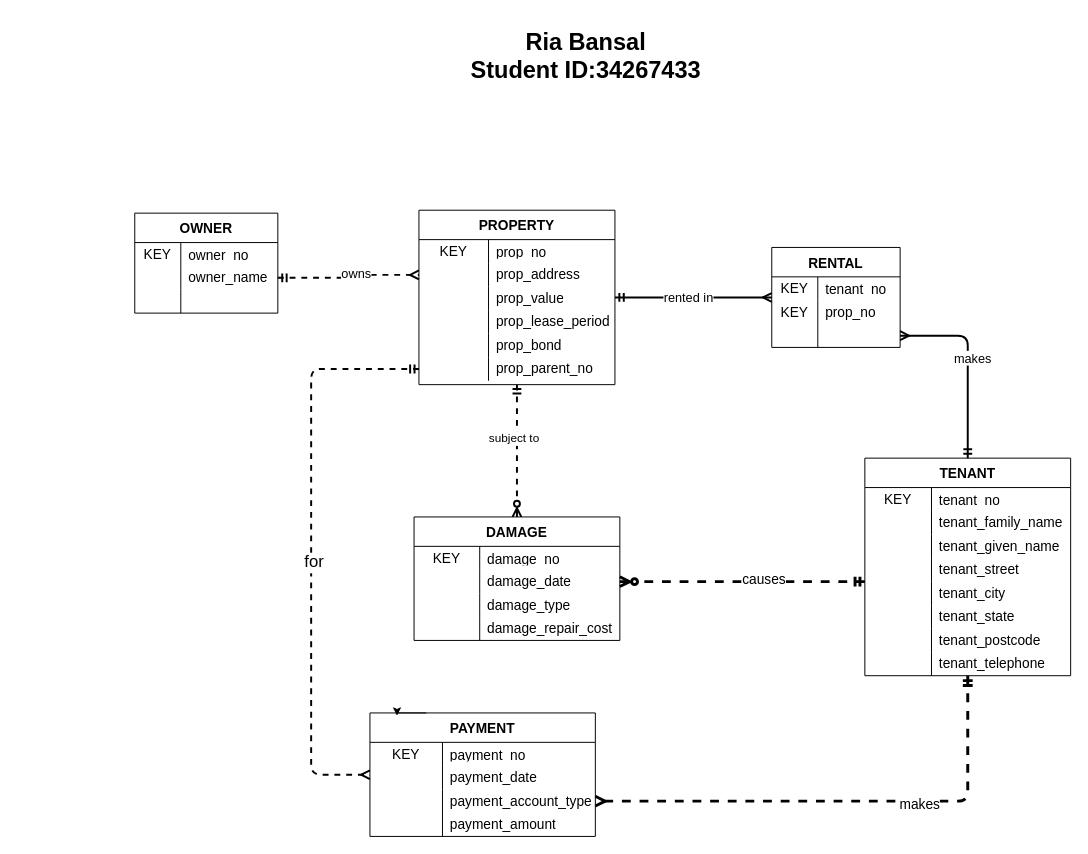
Before: Applied/App02/prs_conceptual.drawio in riabansal27/databases-project, a draw.io diagram. Source tidied: cells renumbered, new cells numbered last; positions are measured from the earlier drawing's top-left corner, leaving out a move shared by most shapes. Both pictures are drawn from the tidied source at 98%, with x=0, y=0 at pixel (134, 17).
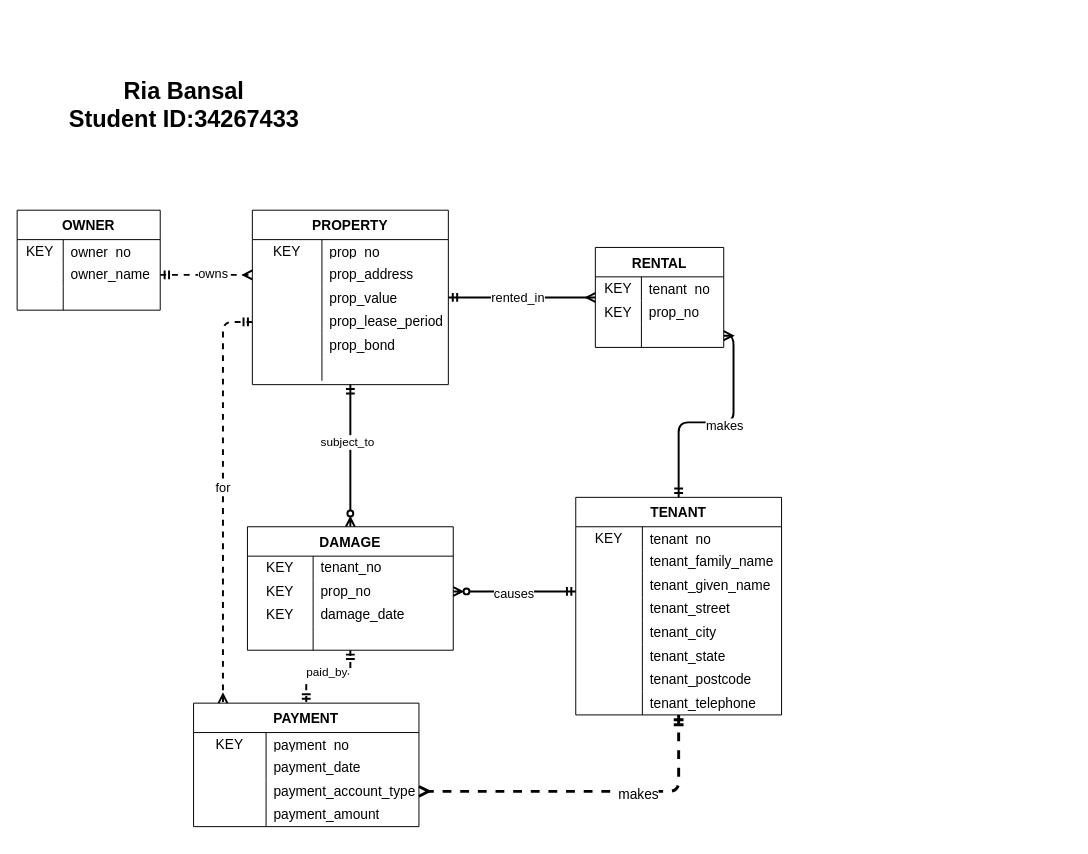
The same page after the edit.

The change refers to these unchanged cells:
```xml
<mxCell id="25" style="endArrow=ERmany;endFill=0;startArrow=ERmandOne;startFill=0;dashed=0;edgeStyle=orthogonalEdgeStyle;strokeWidth=2;" parent="1" edge="1" source="29" target="48">
  <mxGeometry relative="1" as="geometry" />
</mxCell>
<mxCell id="39" style="shape=tableRow;horizontal=0;startSize=0;swimlaneHead=0;swimlaneBody=0;top=0;left=0;bottom=0;right=0;fillColor=none;points=[[0,0.5],[1,0.5]];portConstraint=eastwest;strokeColor=inherit;fontSize=16;" parent="29" vertex="1">
  <mxGeometry y="102" width="200" height="24" as="geometry" />
</mxCell>
<mxCell id="45" style="shape=tableRow;horizontal=0;startSize=0;swimlaneHead=0;swimlaneBody=0;top=0;left=0;bottom=0;right=0;fillColor=none;points=[[0,0.5],[1,0.5]];portConstraint=eastwest;strokeColor=inherit;fontSize=16;" parent="29" vertex="1">
  <mxGeometry y="150" width="200" height="24" as="geometry" />
</mxCell>
<mxCell id="65" style="shape=tableRow;horizontal=0;startSize=0;swimlaneHead=0;swimlaneBody=0;top=0;left=0;bottom=0;right=0;fillColor=none;points=[[0,0.5],[1,0.5]];portConstraint=eastwest;strokeColor=inherit;fontSize=16;" parent="58" vertex="1">
  <mxGeometry y="78" width="210" height="24" as="geometry" />
</mxCell>
<mxCell id="68" style="shape=tableRow;horizontal=0;startSize=0;swimlaneHead=0;swimlaneBody=0;top=0;left=0;bottom=0;right=0;fillColor=none;points=[[0,0.5],[1,0.5]];portConstraint=eastwest;strokeColor=inherit;fontSize=16;" parent="58" vertex="1">
  <mxGeometry y="102" width="210" height="24" as="geometry" />
</mxCell>
<mxCell id="84" style="shape=tableRow;horizontal=0;startSize=0;swimlaneHead=0;swimlaneBody=0;top=0;left=0;bottom=0;right=0;fillColor=none;strokeColor=inherit;fontSize=16;" parent="83" vertex="1">
  <mxGeometry y="30" width="210" height="24" as="geometry" />
</mxCell>
<mxCell id="87" style="shape=tableRow;horizontal=0;startSize=0;swimlaneHead=0;swimlaneBody=0;top=0;left=0;bottom=0;right=0;fillColor=none;points=[[0,0.5],[1,0.5]];portConstraint=eastwest;strokeColor=inherit;fontSize=16;" parent="83" vertex="1">
  <mxGeometry y="54" width="210" height="24" as="geometry" />
</mxCell>
<mxCell id="90" style="shape=tableRow;horizontal=0;startSize=0;swimlaneHead=0;swimlaneBody=0;top=0;left=0;bottom=0;right=0;fillColor=none;strokeColor=inherit;fontSize=16;" parent="83" vertex="1">
  <mxGeometry y="78" width="210" height="24" as="geometry" />
</mxCell>
<mxCell id="93" style="shape=tableRow;horizontal=0;startSize=0;swimlaneHead=0;swimlaneBody=0;top=0;left=0;bottom=0;right=0;fillColor=none;strokeColor=inherit;fontSize=16;" parent="83" vertex="1">
  <mxGeometry y="102" width="210" height="24" as="geometry" />
</mxCell>
```

What changed in the source:
```diff
@@
     <mxCell id="2" value="OWNER" style="shape=table;startSize=30;childLayout=tableLayout;rowLines=0;fontStyle=1;fontSize=14;strokeWidth=1;rounded=0;" parent="1" vertex="1">
-      <mxGeometry y="200" width="146" height="102" as="geometry" />
+      <mxGeometry x="-120" y="197" width="146" height="102" as="geometry" />
     </mxCell>
@@
     <mxCell id="12" value="PAYMENT" style="shape=table;startSize=30;childLayout=tableLayout;rowLines=0;fontStyle=1;fontSize=14;strokeWidth=1;rounded=0;" parent="1" vertex="1">
-      <mxGeometry x="240" y="710" width="230" height="126" as="geometry" />
+      <mxGeometry x="60" y="700" width="230" height="126" as="geometry" />
     </mxCell>
@@
-    <mxCell id="26" value="rented in" style="edgeLabel;html=1;align=center;verticalAlign=middle;fontSize=13;" parent="25" vertex="1">
+    <mxCell id="26" value="rented_in" style="edgeLabel;html=1;align=center;verticalAlign=middle;fontSize=13;" parent="25" vertex="1">
       <mxGeometry x="-0.07" y="1" relative="1" as="geometry" />
     </mxCell>
-    <mxCell id="27" style="endArrow=ERzeroToMany;endFill=0;startArrow=ERmandOne;startFill=0;dashed=1;edgeStyle=orthogonalEdgeStyle;strokeWidth=2;" parent="1" edge="1" source="29" target="83">
+    <mxCell id="27" style="endArrow=ERzeroToMany;endFill=0;startArrow=ERmandOne;startFill=0;dashed=0;edgeStyle=orthogonalEdgeStyle;strokeWidth=2;" parent="1" edge="1" source="29" target="83">
       <mxGeometry relative="1" as="geometry" />
     </mxCell>
-    <mxCell id="28" value="subject to" style="edgeLabel;html=1;align=center;verticalAlign=middle;fontSize=12;" parent="27" vertex="1">
+    <mxCell id="28" value="subject_to" style="edgeLabel;html=1;align=center;verticalAlign=middle;fontSize=12;" parent="27" vertex="1">
       <mxGeometry x="-0.2" y="-4" relative="1" as="geometry" />
     </mxCell>
     <mxCell id="29" value="PROPERTY" style="shape=table;startSize=30;childLayout=tableLayout;rowLines=0;fontStyle=1;fontSize=14;strokeWidth=1;rounded=0;" parent="1" vertex="1">
-      <mxGeometry x="290" y="197" width="200" height="178" as="geometry" />
+      <mxGeometry x="120" y="197" width="200" height="178" as="geometry" />
     </mxCell>
@@
-    <mxCell id="47" value="prop_parent_no" style="shape=partialRectangle;html=1;whiteSpace=wrap;fillColor=none;top=0;left=0;bottom=0;right=0;align=left;spacingLeft=6;overflow=hidden;strokeColor=inherit;fontSize=14;" parent="45" vertex="1">
+    <mxCell id="47" style="shape=partialRectangle;html=1;whiteSpace=wrap;fillColor=none;top=0;left=0;bottom=0;right=0;align=left;spacingLeft=6;overflow=hidden;strokeColor=inherit;fontSize=14;" parent="45" vertex="1">
       <mxGeometry x="71" width="129" height="24" as="geometry" />
     </mxCell>
     <mxCell id="48" value="RENTAL" style="shape=table;startSize=30;childLayout=tableLayout;rowLines=0;fontStyle=1;fontSize=14;strokeWidth=1;rounded=0;" parent="1" vertex="1">
-      <mxGeometry x="650" y="235" width="131" height="102" as="geometry" />
+      <mxGeometry x="470" y="235" width="131" height="102" as="geometry" />
     </mxCell>
@@
     <mxCell id="58" value="TENANT" style="shape=table;startSize=30;childLayout=tableLayout;rowLines=0;fontStyle=1;fontSize=14;strokeWidth=1;rounded=0;" parent="1" vertex="1">
-      <mxGeometry x="745" y="450" width="210" height="222" as="geometry" />
+      <mxGeometry x="450" y="490" width="210" height="222" as="geometry" />
     </mxCell>
@@
     <mxCell id="83" value="DAMAGE" style="shape=table;startSize=30;childLayout=tableLayout;rowLines=0;fontStyle=1;fontSize=14;strokeWidth=1;rounded=0;" parent="1" vertex="1">
-      <mxGeometry x="285" y="510" width="210" height="126" as="geometry" />
+      <mxGeometry x="115" y="520" width="210" height="126" as="geometry" />
     </mxCell>
@@
-    <mxCell id="86" value="&lt;div style=&quot;line-height: 100%;&quot;&gt;damage_no&lt;/div&gt;" style="shape=partialRectangle;html=1;whiteSpace=wrap;fillColor=none;top=0;left=0;bottom=0;right=0;align=left;spacingLeft=6;overflow=hidden;strokeColor=inherit;fontSize=14;spacing=2;spacingBottom=0;" parent="84" vertex="1">
+    <mxCell id="86" value="tenant_no" style="shape=partialRectangle;html=1;whiteSpace=wrap;fillColor=none;top=0;left=0;bottom=0;right=0;align=left;spacingLeft=6;overflow=hidden;strokeColor=inherit;fontSize=14;spacing=2;spacingBottom=0;" parent="84" vertex="1">
       <mxGeometry x="67" width="143" height="24" as="geometry" />
     </mxCell>
@@
-    <mxCell id="88" style="shape=partialRectangle;html=1;whiteSpace=wrap;fillColor=none;top=0;left=0;bottom=0;right=0;overflow=hidden;strokeColor=inherit;fontSize=14;" parent="87" vertex="1">
+    <mxCell id="88" value="KEY" style="shape=partialRectangle;html=1;whiteSpace=wrap;fillColor=none;top=0;left=0;bottom=0;right=0;overflow=hidden;strokeColor=inherit;fontSize=14;" parent="87" vertex="1">
       <mxGeometry width="67" height="24" as="geometry" />
     </mxCell>
-    <mxCell id="89" value="damage_date" style="shape=partialRectangle;html=1;whiteSpace=wrap;fillColor=none;top=0;left=0;bottom=0;right=0;align=left;spacingLeft=6;overflow=hidden;strokeColor=inherit;fontSize=14;" parent="87" vertex="1">
+    <mxCell id="89" value="prop_no" style="shape=partialRectangle;html=1;whiteSpace=wrap;fillColor=none;top=0;left=0;bottom=0;right=0;align=left;spacingLeft=6;overflow=hidden;strokeColor=inherit;fontSize=14;" parent="87" vertex="1">
       <mxGeometry x="67" width="143" height="24" as="geometry" />
     </mxCell>
@@
-    <mxCell id="91" style="shape=partialRectangle;html=1;whiteSpace=wrap;fillColor=none;top=0;left=0;bottom=0;right=0;overflow=hidden;strokeColor=inherit;fontSize=14;" parent="90" vertex="1">
+    <mxCell id="91" value="KEY" style="shape=partialRectangle;html=1;whiteSpace=wrap;fillColor=none;top=0;left=0;bottom=0;right=0;overflow=hidden;strokeColor=inherit;fontSize=14;" parent="90" vertex="1">
       <mxGeometry width="67" height="24" as="geometry" />
     </mxCell>
-    <mxCell id="92" value="damage_type" style="shape=partialRectangle;html=1;whiteSpace=wrap;fillColor=none;top=0;left=0;bottom=0;right=0;align=left;spacingLeft=6;overflow=hidden;strokeColor=inherit;fontSize=14;" parent="90" vertex="1">
+    <mxCell id="92" value="damage_date" style="shape=partialRectangle;html=1;whiteSpace=wrap;fillColor=none;top=0;left=0;bottom=0;right=0;align=left;spacingLeft=6;overflow=hidden;strokeColor=inherit;fontSize=14;" parent="90" vertex="1">
       <mxGeometry x="67" width="143" height="24" as="geometry" />
     </mxCell>
@@
-    <mxCell id="95" value="damage_repair_cost" style="shape=partialRectangle;html=1;whiteSpace=wrap;fillColor=none;top=0;left=0;bottom=0;right=0;align=left;spacingLeft=6;overflow=hidden;strokeColor=inherit;fontSize=14;" parent="93" vertex="1">
+    <mxCell id="95" style="shape=partialRectangle;html=1;whiteSpace=wrap;fillColor=none;top=0;left=0;bottom=0;right=0;align=left;spacingLeft=6;overflow=hidden;strokeColor=inherit;fontSize=14;" parent="93" vertex="1">
       <mxGeometry x="67" width="143" height="24" as="geometry" />
     </mxCell>
@@
-    <mxCell id="102" style="edgeStyle=orthogonalEdgeStyle;rounded=0;orthogonalLoop=1;jettySize=auto;html=1;exitX=0.25;exitY=0;exitDx=0;exitDy=0;entryX=0.12;entryY=0.023;entryDx=0;entryDy=0;entryPerimeter=0;" parent="1" edge="1" source="12" target="12">
-      <mxGeometry relative="1" as="geometry" />
-    </mxCell>
     <mxCell id="103" value="Ria Bansal&lt;div&gt;Student ID:34267433&lt;/div&gt;" style="text;strokeColor=none;fillColor=none;html=1;fontSize=24;fontStyle=1;verticalAlign=middle;align=center;" parent="1" vertex="1">
-      <mxGeometry x="340" width="240" height="80" as="geometry" />
+      <mxGeometry x="-70" y="50" width="240" height="80" as="geometry" />
     </mxCell>
-    <mxCell id="104" style="endArrow=ERmany;endFill=0;startArrow=ERmandOne;startFill=0;dashed=1;edgeStyle=orthogonalEdgeStyle;strokeWidth=2;" parent="1" edge="1" source="45" target="12">
-      <mxGeometry relative="1" as="geometry">
-        <Array as="points">
-          <mxPoint x="180" y="359" />
-          <mxPoint x="180" y="773" />
-        </Array>
-      </mxGeometry>
-    </mxCell>
+    <mxCell id="108" style="endArrow=ERzeroToMany;endFill=0;startArrow=ERmandOne;startFill=0;dashed=0;edgeStyle=orthogonalEdgeStyle;strokeWidth=2;" parent="1" edge="1" source="65" target="87">
+      <mxGeometry relative="1" as="geometry">
+        <Array as="points">
+          <mxPoint x="440" y="586" />
+          <mxPoint x="440" y="586" />
+        </Array>
+      </mxGeometry>
+    </mxCell>
+    <mxCell id="107" value="causes" style="edgeLabel;html=1;align=center;verticalAlign=middle;fontSize=13;" parent="108" vertex="1">
+      <mxGeometry x="0.02" relative="1" as="geometry">
+        <mxPoint y="1" as="offset" />
+      </mxGeometry>
+    </mxCell>
+    <mxCell id="109" style="endArrow=ERmany;endFill=0;startArrow=ERmandOne;startFill=0;dashed=1;edgeStyle=orthogonalEdgeStyle;strokeWidth=2;" parent="1" edge="1" source="39" target="12">
+      <mxGeometry relative="1" as="geometry">
+        <Array as="points">
+          <mxPoint x="90" y="311" />
+        </Array>
+      </mxGeometry>
+    </mxCell>
-    <mxCell id="105" value="for" style="edgeLabel;html=1;align=center;verticalAlign=middle;fontSize=17;" parent="104" vertex="1">
-      <mxGeometry x="0.05" y="2" relative="1" as="geometry" />
+    <mxCell id="105" value="for" style="edgeLabel;html=1;align=center;verticalAlign=middle;fontSize=13;" parent="109" vertex="1">
+      <mxGeometry x="-0.06" y="-1" relative="1" as="geometry">
+        <mxPoint y="1" as="offset" />
+      </mxGeometry>
     </mxCell>
-    <mxCell id="106" style="endArrow=ERzeroToMany;endFill=0;startArrow=ERmandOne;startFill=0;dashed=1;edgeStyle=orthogonalEdgeStyle;strokeWidth=3;" parent="1" edge="1" source="68" target="87">
-      <mxGeometry relative="1" as="geometry">
-        <Array as="points">
-          <mxPoint x="690" y="576" />
-          <mxPoint x="690" y="576" />
-        </Array>
-      </mxGeometry>
-    </mxCell>
-    <mxCell id="107" value="causes" style="edgeLabel;html=1;align=center;verticalAlign=middle;fontSize=14;" parent="106" vertex="1">
-      <mxGeometry x="-0.17" y="-3" relative="1" as="geometry" />
-    </mxCell>
+    <mxCell id="110" style="endArrow=ERmandOne;endFill=0;startArrow=ERmandOne;startFill=0;dashed=1;edgeStyle=orthogonalEdgeStyle;strokeWidth=2;" parent="1" edge="1" source="83" target="12">
+      <mxGeometry relative="1" as="geometry" />
+    </mxCell>
+    <mxCell id="111" value="paid_by" style="edgeLabel;html=1;align=center;verticalAlign=middle;fontSize=12;" parent="110" vertex="1">
+      <mxGeometry x="0.05" y="-5" relative="1" as="geometry" />
+    </mxCell>
```
